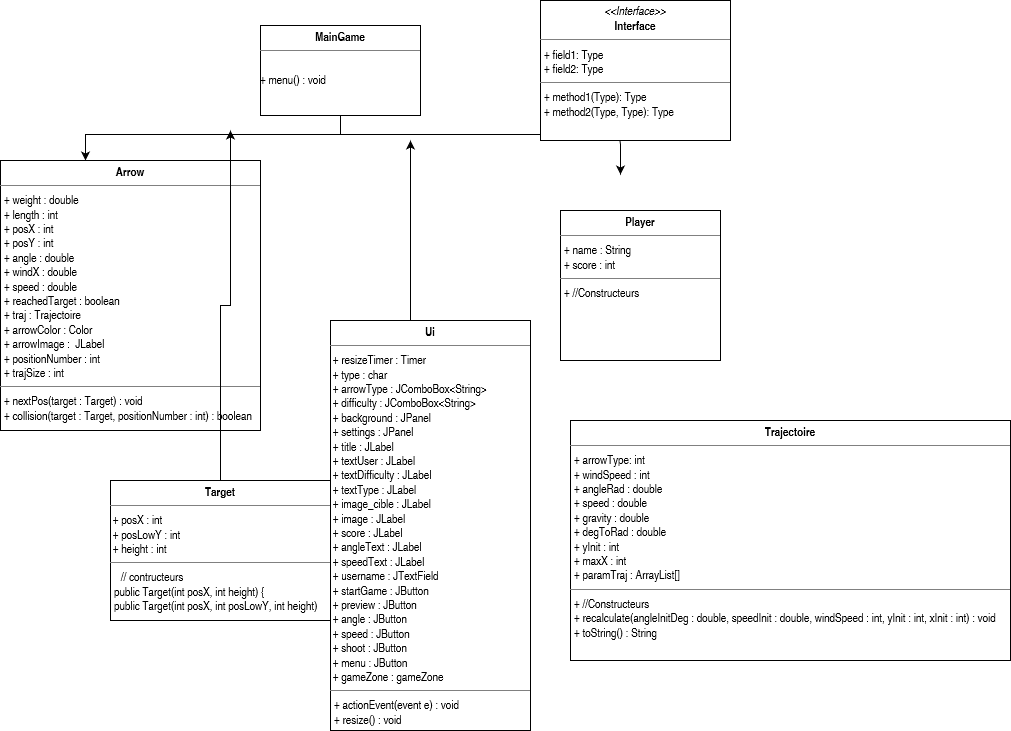
Before: UMLDiagram.png, a diagram exported from draw.io (vbard1/mini-projet-2). Source tidied: cells renumbered, new cells last; positions are measured from the earlier drawing's top-left corner, leaving out a move shared by most shapes.
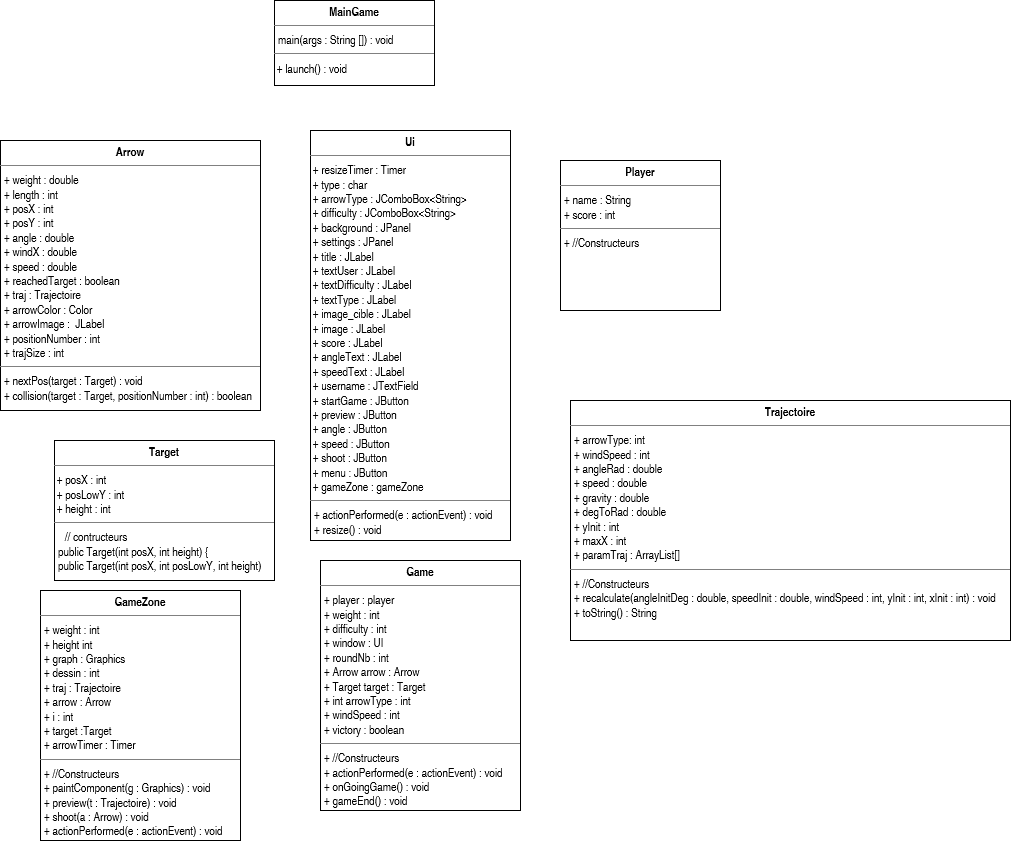
The same file after the commit.

Diff of the diagram source:
```diff
@@ -2,70 +2,39 @@
   <root>
     <mxCell id="0" />
     <mxCell id="1" parent="0" />
-    <mxCell id="2" style="edgeStyle=orthogonalEdgeStyle;rounded=0;orthogonalLoop=1;jettySize=auto;html=1;exitX=0.5;exitY=1;exitDx=0;exitDy=0;entryX=0.5;entryY=0;entryDx=0;entryDy=0;" parent="1" edge="1">
-      <mxGeometry relative="1" as="geometry">
-        <mxPoint x="350" y="108" as="sourcePoint" />
-        <mxPoint x="85" y="160" as="targetPoint" />
-        <Array as="points">
-          <mxPoint x="340" y="134" />
-          <mxPoint x="85" y="134" />
-        </Array>
-      </mxGeometry>
-    </mxCell>
     <mxCell id="3" style="edgeStyle=orthogonalEdgeStyle;rounded=0;orthogonalLoop=1;jettySize=auto;html=1;" parent="1" edge="1">
       <mxGeometry relative="1" as="geometry">
         <mxPoint x="280" y="259" as="targetPoint" />
       </mxGeometry>
     </mxCell>
-    <mxCell id="4" style="endArrow=classic;html=1;" parent="1" edge="1">
-      <mxGeometry relative="1" as="geometry">
-        <mxPoint x="340" y="134" as="sourcePoint" />
-        <mxPoint x="620" y="174" as="targetPoint" />
-        <Array as="points">
-          <mxPoint x="620" y="134" />
-          <mxPoint x="620" y="160" />
-        </Array>
-      </mxGeometry>
-    </mxCell>
-    <mxCell id="5" value="&lt;p style=&quot;margin:0px;margin-top:4px;text-align:center;&quot;&gt;&lt;i&gt;&amp;lt;&amp;lt;Interface&amp;gt;&amp;gt;&lt;/i&gt;&lt;br/&gt;&lt;b&gt;Interface&lt;/b&gt;&lt;/p&gt;&lt;hr size=&quot;1&quot;/&gt;&lt;p style=&quot;margin:0px;margin-left:4px;&quot;&gt;+ field1: Type&lt;br/&gt;+ field2: Type&lt;/p&gt;&lt;hr size=&quot;1&quot;/&gt;&lt;p style=&quot;margin:0px;margin-left:4px;&quot;&gt;+ method1(Type): Type&lt;br/&gt;+ method2(Type, Type): Type&lt;/p&gt;" style="verticalAlign=top;align=left;overflow=fill;fontSize=12;fontFamily=Helvetica;html=1;" parent="1" vertex="1">
-      <mxGeometry x="540" width="190" height="140" as="geometry" />
-    </mxCell>
-    <mxCell id="6" value="&lt;p style=&quot;margin: 0px ; margin-top: 4px ; text-align: center&quot;&gt;&lt;b&gt;MainGame&lt;/b&gt;&lt;/p&gt;&lt;hr size=&quot;1&quot;&gt;&lt;p style=&quot;margin: 0px ; margin-left: 4px&quot;&gt;&lt;br&gt;&lt;/p&gt;+ menu() : void" style="verticalAlign=top;align=left;overflow=fill;fontSize=12;fontFamily=Helvetica;html=1;" parent="1" vertex="1">
-      <mxGeometry x="260" y="25" width="160" height="90" as="geometry" />
-    </mxCell>
     <mxCell id="7" value="&lt;p style=&quot;margin: 0px ; margin-top: 4px ; text-align: center&quot;&gt;&lt;b&gt;Arrow&lt;/b&gt;&lt;br&gt;&lt;/p&gt;&lt;hr size=&quot;1&quot;&gt;&lt;p style=&quot;margin: 0px ; margin-left: 4px&quot;&gt;+ weight : double&lt;/p&gt;&lt;p style=&quot;margin: 0px ; margin-left: 4px&quot;&gt;+ length : int&lt;/p&gt;&lt;p style=&quot;margin: 0px ; margin-left: 4px&quot;&gt;+ posX : int&lt;/p&gt;&lt;p style=&quot;margin: 0px ; margin-left: 4px&quot;&gt;+ posY : int&lt;br&gt;&lt;/p&gt;&lt;p style=&quot;margin: 0px ; margin-left: 4px&quot;&gt;+ angle : double&lt;/p&gt;&lt;p style=&quot;margin: 0px ; margin-left: 4px&quot;&gt;+ windX : double&lt;/p&gt;&lt;p style=&quot;margin: 0px ; margin-left: 4px&quot;&gt;+ speed : double&lt;/p&gt;&lt;p style=&quot;margin: 0px ; margin-left: 4px&quot;&gt;+ reachedTarget : boolean&lt;br&gt;+ traj : Trajectoire&lt;br&gt;+ arrowColor : Color&lt;br&gt;+ arrowImage :&amp;nbsp; JLabel&lt;br&gt;+ positionNumber : int&lt;br&gt;+ trajSize : int&lt;br&gt;&lt;/p&gt;&lt;hr size=&quot;1&quot;&gt;&lt;p style=&quot;margin: 0px ; margin-left: 4px&quot;&gt;+ nextPos(target : Target) : void&lt;/p&gt;&lt;p style=&quot;margin: 0px ; margin-left: 4px&quot;&gt;+ collision(target : Target, positionNumber : int) : boolean&lt;/p&gt;" style="verticalAlign=top;align=left;overflow=fill;fontSize=12;fontFamily=Helvetica;html=1;" parent="1" vertex="1">
       <mxGeometry y="160" width="260" height="270" as="geometry" />
     </mxCell>
-    <mxCell id="8" style="edgeStyle=orthogonalEdgeStyle;rounded=0;jettySize=auto;html=1;exitX=0.5;exitY=0;exitDx=0;exitDy=0;" parent="1" edge="1" source="9">
-      <mxGeometry relative="1" as="geometry">
-        <mxPoint x="410" y="140" as="targetPoint" />
-        <Array as="points">
-          <mxPoint x="410" y="280" />
-          <mxPoint x="410" y="280" />
-        </Array>
-      </mxGeometry>
-    </mxCell>
-    <mxCell id="9" value="&lt;p style=&quot;margin: 0px ; margin-top: 4px ; text-align: center&quot;&gt;&lt;b&gt;Ui&lt;/b&gt;&lt;br&gt;&lt;/p&gt;&lt;hr size=&quot;1&quot;&gt;&lt;div&gt;&amp;nbsp;+ resizeTimer : Timer&lt;/div&gt;&lt;div&gt;&amp;nbsp;+ type : char &lt;/div&gt;&lt;div&gt;&amp;nbsp;+ arrowType : JComboBox&amp;lt;String&amp;gt;&lt;/div&gt;&lt;div&gt;&amp;nbsp;+ difficulty : JComboBox&amp;lt;String&amp;gt;&lt;br&gt;&amp;nbsp;+ background : JPanel&lt;/div&gt;&lt;div&gt;&amp;nbsp;+ settings : JPanel &lt;br&gt;&lt;/div&gt;&lt;div&gt;&amp;nbsp;+ title : JLabel&lt;br&gt;&amp;nbsp;+ textUser : JLabel&lt;/div&gt;&lt;div&gt;&amp;nbsp;+ textDifficulty : JLabel&lt;/div&gt;&lt;div&gt;&amp;nbsp;+ textType : JLabel&lt;/div&gt;&lt;div&gt;&amp;nbsp;+ image_cible : JLabel&lt;/div&gt;&lt;div&gt;&amp;nbsp;+ image : JLabel&lt;/div&gt;&lt;div&gt;&amp;nbsp;+ score : JLabel&lt;/div&gt;&lt;div&gt;&amp;nbsp;+ angleText : JLabel&lt;/div&gt;&lt;div&gt;&amp;nbsp;+ speedText : JLabel&lt;/div&gt;&lt;div&gt;&amp;nbsp;+ username : JTextField &lt;br&gt;&lt;/div&gt;&lt;div&gt;&amp;nbsp;+ startGame : JButton&lt;/div&gt;&lt;div&gt;&amp;nbsp;+ preview : JButton&lt;/div&gt;&lt;div&gt;&amp;nbsp;+ angle : JButton&lt;/div&gt;&lt;div&gt;&amp;nbsp;+ speed : JButton&lt;/div&gt;&lt;div&gt;&amp;nbsp;+ shoot : JButton&lt;/div&gt;&lt;div&gt;&amp;nbsp;+ menu : JButton&lt;br&gt;&amp;nbsp;+ gameZone : gameZone&lt;br&gt;&lt;/div&gt;&lt;hr size=&quot;1&quot;&gt;&lt;p style=&quot;margin: 0px ; margin-left: 4px&quot;&gt;+ actionEvent(event e) : void&lt;/p&gt;&lt;p style=&quot;margin: 0px ; margin-left: 4px&quot;&gt;+ resize() : void&lt;br&gt;&lt;/p&gt;" style="verticalAlign=top;align=left;overflow=fill;fontSize=12;fontFamily=Helvetica;html=1;" parent="1" vertex="1">
-      <mxGeometry x="330" y="320" width="200" height="410" as="geometry" />
+    <mxCell id="9" value="&lt;p style=&quot;margin: 0px ; margin-top: 4px ; text-align: center&quot;&gt;&lt;b&gt;Ui&lt;/b&gt;&lt;br&gt;&lt;/p&gt;&lt;hr size=&quot;1&quot;&gt;&lt;div&gt;&amp;nbsp;+ resizeTimer : Timer&lt;/div&gt;&lt;div&gt;&amp;nbsp;+ type : char &lt;/div&gt;&lt;div&gt;&amp;nbsp;+ arrowType : JComboBox&amp;lt;String&amp;gt;&lt;/div&gt;&lt;div&gt;&amp;nbsp;+ difficulty : JComboBox&amp;lt;String&amp;gt;&lt;br&gt;&amp;nbsp;+ background : JPanel&lt;/div&gt;&lt;div&gt;&amp;nbsp;+ settings : JPanel &lt;br&gt;&lt;/div&gt;&lt;div&gt;&amp;nbsp;+ title : JLabel&lt;br&gt;&amp;nbsp;+ textUser : JLabel&lt;/div&gt;&lt;div&gt;&amp;nbsp;+ textDifficulty : JLabel&lt;/div&gt;&lt;div&gt;&amp;nbsp;+ textType : JLabel&lt;/div&gt;&lt;div&gt;&amp;nbsp;+ image_cible : JLabel&lt;/div&gt;&lt;div&gt;&amp;nbsp;+ image : JLabel&lt;/div&gt;&lt;div&gt;&amp;nbsp;+ score : JLabel&lt;/div&gt;&lt;div&gt;&amp;nbsp;+ angleText : JLabel&lt;/div&gt;&lt;div&gt;&amp;nbsp;+ speedText : JLabel&lt;/div&gt;&lt;div&gt;&amp;nbsp;+ username : JTextField &lt;br&gt;&lt;/div&gt;&lt;div&gt;&amp;nbsp;+ startGame : JButton&lt;/div&gt;&lt;div&gt;&amp;nbsp;+ preview : JButton&lt;/div&gt;&lt;div&gt;&amp;nbsp;+ angle : JButton&lt;/div&gt;&lt;div&gt;&amp;nbsp;+ speed : JButton&lt;/div&gt;&lt;div&gt;&amp;nbsp;+ shoot : JButton&lt;/div&gt;&lt;div&gt;&amp;nbsp;+ menu : JButton&lt;br&gt;&amp;nbsp;+ gameZone : gameZone&lt;br&gt;&lt;/div&gt;&lt;hr size=&quot;1&quot;&gt;&lt;p style=&quot;margin: 0px ; margin-left: 4px&quot;&gt;+ actionPerformed(e : actionEvent) : void&lt;/p&gt;&lt;p style=&quot;margin: 0px ; margin-left: 4px&quot;&gt;+ resize() : void&lt;br&gt;&lt;/p&gt;" style="verticalAlign=top;align=left;overflow=fill;fontSize=12;fontFamily=Helvetica;html=1;" parent="1" vertex="1">
+      <mxGeometry x="310" y="150" width="200" height="410" as="geometry" />
     </mxCell>
     <mxCell id="10" value="&lt;p style=&quot;margin: 0px ; margin-top: 4px ; text-align: center&quot;&gt;&lt;b&gt;Player&lt;/b&gt;&lt;br&gt;&lt;/p&gt;&lt;hr size=&quot;1&quot;&gt;&lt;p style=&quot;margin: 0px ; margin-left: 4px&quot;&gt;+ name : String&lt;/p&gt;&lt;p style=&quot;margin: 0px ; margin-left: 4px&quot;&gt;+ score : int&lt;/p&gt;&lt;hr size=&quot;1&quot;&gt;&lt;p style=&quot;margin: 0px ; margin-left: 4px&quot;&gt;+ //Constructeurs&lt;br&gt;&lt;/p&gt;" style="verticalAlign=top;align=left;overflow=fill;fontSize=12;fontFamily=Helvetica;html=1;" parent="1" vertex="1">
-      <mxGeometry x="560" y="210" width="160" height="150" as="geometry" />
+      <mxGeometry x="560" y="180" width="160" height="150" as="geometry" />
     </mxCell>
     <mxCell id="11" style="edgeStyle=orthogonalEdgeStyle;rounded=0;orthogonalLoop=1;jettySize=auto;html=1;exitX=0.5;exitY=1;exitDx=0;exitDy=0;" parent="1" edge="1">
       <mxGeometry relative="1" as="geometry">
         <mxPoint x="85" y="380" as="targetPoint" />
       </mxGeometry>
     </mxCell>
-    <mxCell id="12" style="edgeStyle=orthogonalEdgeStyle;rounded=0;jettySize=auto;html=1;exitX=0.5;exitY=0;exitDx=0;exitDy=0;" parent="1" edge="1" source="13">
-      <mxGeometry relative="1" as="geometry">
-        <mxPoint x="230" y="130" as="targetPoint" />
-      </mxGeometry>
-    </mxCell>
     <mxCell id="13" value="&lt;p style=&quot;margin: 0px ; margin-top: 4px ; text-align: center&quot;&gt;&lt;b&gt;Target&lt;/b&gt;&lt;br&gt;&lt;/p&gt;&lt;hr size=&quot;1&quot;&gt;&amp;nbsp;+ posX : int&lt;br&gt;&amp;nbsp;+ posLowY : int&lt;br&gt;&amp;nbsp;+ height : int&lt;br&gt;&lt;hr size=&quot;1&quot;&gt;&amp;nbsp;&amp;nbsp;&amp;nbsp; // contructeurs&lt;p style=&quot;margin: 0px ; margin-left: 4px&quot;&gt;public Target(int posX, int height) {&lt;/p&gt;&lt;p style=&quot;margin: 0px ; margin-left: 4px&quot;&gt;public Target(int posX, int posLowY, int height) &lt;br&gt;&lt;/p&gt;" style="verticalAlign=top;align=left;overflow=fill;fontSize=12;fontFamily=Helvetica;html=1;" parent="1" vertex="1">
-      <mxGeometry x="110" y="480" width="220" height="140" as="geometry" />
+      <mxGeometry x="54" y="460" width="220" height="140" as="geometry" />
     </mxCell>
     <mxCell id="14" value="&lt;p style=&quot;margin: 0px ; margin-top: 4px ; text-align: center&quot;&gt;&lt;b&gt;Trajectoire&lt;/b&gt;&lt;br&gt;&lt;/p&gt;&lt;hr size=&quot;1&quot;&gt;&lt;p style=&quot;margin: 0px ; margin-left: 4px&quot;&gt;+ arrowType: int&lt;br&gt;&lt;/p&gt;&lt;p style=&quot;margin: 0px ; margin-left: 4px&quot;&gt;+ windSpeed : int&lt;/p&gt;&lt;p style=&quot;margin: 0px ; margin-left: 4px&quot;&gt;+ angleRad : double&lt;/p&gt;&lt;p style=&quot;margin: 0px ; margin-left: 4px&quot;&gt;+ speed : double&lt;/p&gt;&lt;p style=&quot;margin: 0px ; margin-left: 4px&quot;&gt;+ gravity : double&lt;/p&gt;&lt;p style=&quot;margin: 0px ; margin-left: 4px&quot;&gt;+ degToRad : double&lt;br&gt;&lt;/p&gt;&lt;p style=&quot;margin: 0px ; margin-left: 4px&quot;&gt;+ yInit : int&lt;/p&gt;&lt;p style=&quot;margin: 0px ; margin-left: 4px&quot;&gt;+ maxX : int&lt;/p&gt;&lt;p style=&quot;margin: 0px ; margin-left: 4px&quot;&gt;+ paramTraj : ArrayList[] &lt;/p&gt;&lt;hr size=&quot;1&quot;&gt;&lt;p style=&quot;margin: 0px ; margin-left: 4px&quot;&gt;+ //Constructeurs&lt;/p&gt;&lt;p style=&quot;margin: 0px ; margin-left: 4px&quot;&gt;+ recalculate(angleInitDeg : double, speedInit : double, windSpeed : int, yInit : int, xInit : int) : void&lt;br&gt;&lt;/p&gt;&lt;p style=&quot;margin: 0px ; margin-left: 4px&quot;&gt;+ toString() : String&lt;br&gt;&lt;/p&gt;" style="verticalAlign=top;align=left;overflow=fill;fontSize=12;fontFamily=Helvetica;html=1;" parent="1" vertex="1">
       <mxGeometry x="570" y="420" width="440" height="240" as="geometry" />
     </mxCell>
+    <mxCell id="15" value="&lt;p style=&quot;margin: 0px ; margin-top: 4px ; text-align: center&quot;&gt;&lt;b&gt;MainGame&lt;/b&gt;&lt;/p&gt;&lt;hr size=&quot;1&quot;&gt;&lt;p style=&quot;margin: 0px ; margin-left: 4px&quot;&gt;main(args : String []) : void &lt;br&gt;&lt;/p&gt;&lt;hr size=&quot;1&quot;&gt;&amp;nbsp;+ launch() : void" style="verticalAlign=top;align=left;overflow=fill;fontSize=12;fontFamily=Helvetica;html=1;" parent="1" vertex="1">
+      <mxGeometry x="274" y="20" width="160" height="85" as="geometry" />
+    </mxCell>
+    <mxCell id="16" value="&lt;p style=&quot;margin: 0px ; margin-top: 4px ; text-align: center&quot;&gt;&lt;b&gt;Game&lt;/b&gt;&lt;br&gt;&lt;/p&gt;&lt;hr size=&quot;1&quot;&gt;&lt;p style=&quot;margin: 0px ; margin-left: 4px&quot;&gt;+ player : player&lt;br&gt;+ weight : int&lt;br&gt;+ difficulty : int&lt;/p&gt;&lt;p style=&quot;margin: 0px ; margin-left: 4px&quot;&gt;+ window : UI &lt;br&gt;&lt;/p&gt;&lt;p style=&quot;margin: 0px ; margin-left: 4px&quot;&gt;+ roundNb : int&lt;br&gt;+ Arrow arrow : Arrow&lt;br&gt;+ Target target : Target&lt;br&gt;+ int arrowType : int&lt;br&gt;+ windSpeed : int&lt;/p&gt;&lt;p style=&quot;margin: 0px ; margin-left: 4px&quot;&gt;+ victory : boolean&lt;br&gt;&lt;/p&gt;&lt;hr size=&quot;1&quot;&gt;&lt;p style=&quot;margin: 0px ; margin-left: 4px&quot;&gt;+ //Constructeurs&lt;/p&gt;&lt;p style=&quot;margin: 0px ; margin-left: 4px&quot;&gt;+ actionPerformed(e : actionEvent) : void&lt;/p&gt;&lt;p style=&quot;margin: 0px ; margin-left: 4px&quot;&gt;+ onGoingGame() : void&lt;/p&gt;&lt;p style=&quot;margin: 0px ; margin-left: 4px&quot;&gt;+ gameEnd() : void&lt;br&gt;&lt;/p&gt;" style="verticalAlign=top;align=left;overflow=fill;fontSize=12;fontFamily=Helvetica;html=1;" parent="1" vertex="1">
+      <mxGeometry x="320" y="580" width="200" height="250" as="geometry" />
+    </mxCell>
+    <mxCell id="17" value="&lt;p style=&quot;margin: 0px ; margin-top: 4px ; text-align: center&quot;&gt;&lt;b&gt;GameZone&lt;/b&gt;&lt;br&gt;&lt;/p&gt;&lt;hr size=&quot;1&quot;&gt;&lt;p style=&quot;margin: 0px ; margin-left: 4px&quot;&gt;+ weight : int&lt;/p&gt;&lt;p style=&quot;margin: 0px ; margin-left: 4px&quot;&gt;+ height int&lt;br&gt;+ graph : Graphics&lt;br&gt;+ dessin : int&lt;br&gt;+ traj : Trajectoire&lt;br&gt;+ arrow : Arrow&lt;br&gt;+ i : int&lt;br&gt;+ target :Target&lt;br&gt;+ arrowTimer : Timer&lt;br&gt;&lt;/p&gt;&lt;hr size=&quot;1&quot;&gt;&lt;p style=&quot;margin: 0px ; margin-left: 4px&quot;&gt;+ //Constructeurs&lt;/p&gt;&lt;p style=&quot;margin: 0px ; margin-left: 4px&quot;&gt;+ paintComponent(g : Graphics) : void&lt;/p&gt;&lt;p style=&quot;margin: 0px ; margin-left: 4px&quot;&gt;+ preview(t : Trajectoire) : void&lt;/p&gt;&lt;p style=&quot;margin: 0px ; margin-left: 4px&quot;&gt;+ shoot(a : Arrow) : void&lt;/p&gt;&lt;p style=&quot;margin: 0px ; margin-left: 4px&quot;&gt;+ actionPerformed(e : actionEvent) : void&lt;/p&gt;&lt;p style=&quot;margin: 0px ; margin-left: 4px&quot;&gt;&lt;/p&gt;" style="verticalAlign=top;align=left;overflow=fill;fontSize=12;fontFamily=Helvetica;html=1;" parent="1" vertex="1">
+      <mxGeometry x="40" y="610" width="200" height="250" as="geometry" />
+    </mxCell>
   </root>
 </mxGraphModel>
```
